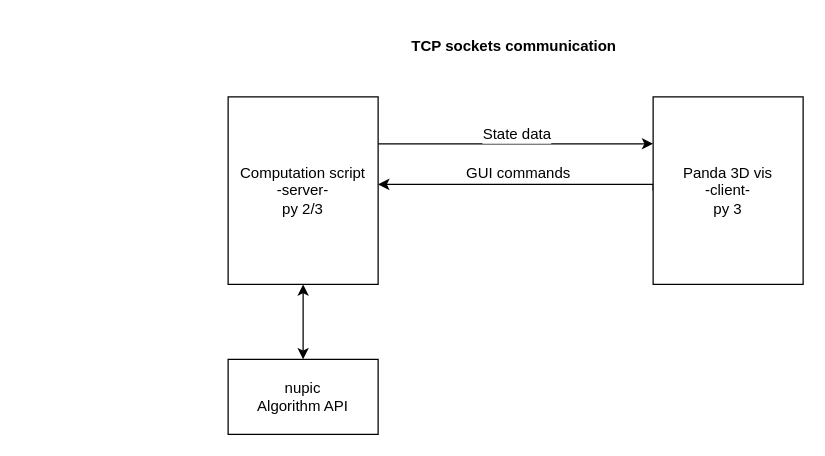
Earlier version of the draw.io diagram readmeDiagram.drawio (htm-community/HTMpandaVis). Source tidied: cells renumbered, new cells numbered last; positions are measured from the earlier drawing's top-left corner, leaving out a move shared by most shapes. Both pictures are drawn from the tidied source at 125%, with x=0, y=0 at pixel (228, 34).
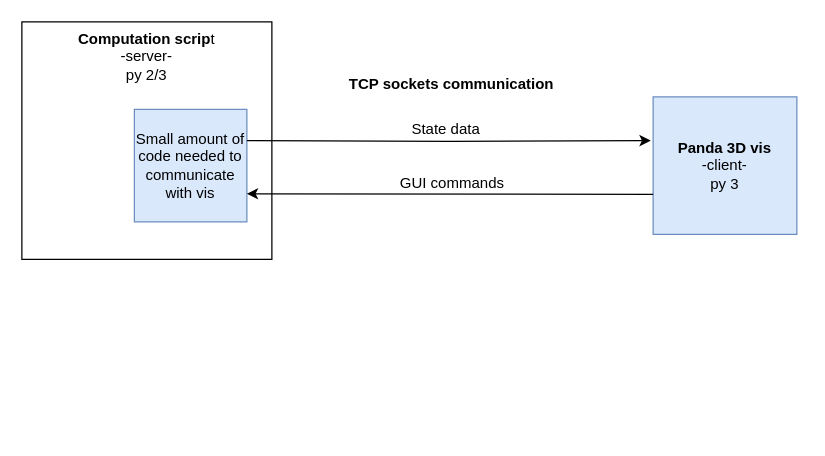
Above is the later version.

Diff of the diagram source:
```diff
@@
 <mxGraphModel>
   <root>
     <mxCell id="0" />
     <mxCell id="1" parent="0" />
+    <mxCell id="8" value="&lt;div&gt;&lt;b&gt;Panda 3D vis&lt;/b&gt; &lt;br&gt;-client-&lt;/div&gt;&lt;div&gt;py 3&lt;br&gt;&lt;/div&gt;" style="rounded=0;whiteSpace=wrap;html=1;fillColor=#dae8fc;strokeColor=#6c8ebf;" parent="1" vertex="1">
+      <mxGeometry x="340" y="50" width="115" height="110" as="geometry" />
+    </mxCell>
+    <mxCell id="9" value="TCP sockets communication" style="text;html=1;align=left;verticalAlign=top;spacingTop=-4;fontStyle=1;" parent="1" vertex="1">
+      <mxGeometry x="95" y="30" width="170" height="20" as="geometry" />
+    </mxCell>
+    <mxCell id="11" value="&lt;b&gt;Computation scrip&lt;/b&gt;t&lt;br&gt;&lt;div&gt;-server-&lt;/div&gt;&lt;div&gt;py 2/3&lt;br&gt;&lt;/div&gt;" style="rounded=0;whiteSpace=wrap;html=1;verticalAlign=top;" parent="1" vertex="1">
+      <mxGeometry x="-165" y="-10" width="200" height="190" as="geometry" />
+    </mxCell>
+    <mxCell id="5" value="Small amount of code needed to communicate with vis" style="rounded=0;whiteSpace=wrap;html=1;fillColor=#dae8fc;strokeColor=#6c8ebf;" parent="1" vertex="1">
+      <mxGeometry x="-75" y="60" width="90" height="90" as="geometry" />
+    </mxCell>
-    <mxCell id="2" style="edgeStyle=orthogonalEdgeStyle;rounded=0;jettySize=auto;html=1;exitX=1;exitY=0.25;exitDx=0;exitDy=0;entryX=0;entryY=0.25;entryDx=0;entryDy=0;" parent="1" edge="1" source="5" target="8">
-      <mxGeometry relative="1" as="geometry" />
+    <mxCell id="2" style="edgeStyle=orthogonalEdgeStyle;rounded=0;jettySize=auto;html=1;entryX=-0.017;entryY=0.318;entryDx=0;entryDy=0;entryPerimeter=0;" parent="1" edge="1" target="8">
+      <mxGeometry relative="1" as="geometry">
+        <mxPoint x="15" y="85" as="sourcePoint" />
+      </mxGeometry>
     </mxCell>
     <mxCell id="3" value="State data" style="text;html=1;align=center;verticalAlign=middle;labelBackgroundColor=#ffffff;" parent="2" vertex="1">
       <mxGeometry x="0.12" y="2" relative="1" as="geometry">
-        <mxPoint x="-13" y="-6" as="offset" />
+        <mxPoint x="-22" y="-7" as="offset" />
       </mxGeometry>
     </mxCell>
-    <mxCell id="4" style="edgeStyle=orthogonalEdgeStyle;rounded=0;jettySize=auto;html=1;exitX=0.5;exitY=1;exitDx=0;exitDy=0;startArrow=classic;startFill=1;" parent="1" edge="1" source="5" target="10">
-      <mxGeometry relative="1" as="geometry" />
-    </mxCell>
-    <mxCell id="5" value="Computation script&lt;br&gt;&lt;div&gt;-server-&lt;/div&gt;&lt;div&gt;py 2/3&lt;br&gt;&lt;/div&gt;" style="rounded=0;whiteSpace=wrap;html=1;" parent="1" vertex="1">
-      <mxGeometry y="50" width="120" height="150" as="geometry" />
-    </mxCell>
-    <mxCell id="6" style="edgeStyle=orthogonalEdgeStyle;rounded=0;jettySize=auto;html=1;exitX=0;exitY=0.5;exitDx=0;exitDy=0;" parent="1" edge="1" source="8" target="5">
+    <mxCell id="6" style="edgeStyle=orthogonalEdgeStyle;rounded=0;jettySize=auto;html=1;entryX=1;entryY=0.75;entryDx=0;entryDy=0;" parent="1" edge="1" target="5">
       <mxGeometry relative="1" as="geometry">
+        <mxPoint x="340" y="128" as="sourcePoint" />
         <Array as="points">
-          <mxPoint x="340" y="120" />
+          <mxPoint x="340" y="128" />
         </Array>
       </mxGeometry>
     </mxCell>
     <mxCell id="7" value="GUI commands" style="text;html=1;align=center;verticalAlign=middle;labelBackgroundColor=#ffffff;" parent="6" vertex="1">
       <mxGeometry x="0.15" relative="1" as="geometry">
-        <mxPoint x="15" y="-10" as="offset" />
+        <mxPoint x="25.5" y="-9" as="offset" />
       </mxGeometry>
     </mxCell>
-    <mxCell id="8" value="&lt;div&gt;Panda 3D vis &lt;br&gt;-client-&lt;/div&gt;&lt;div&gt;py 3&lt;br&gt;&lt;/div&gt;" style="rounded=0;whiteSpace=wrap;html=1;" parent="1" vertex="1">
-      <mxGeometry x="340" y="50" width="120" height="150" as="geometry" />
-    </mxCell>
-    <mxCell id="9" value="TCP sockets communication" style="text;html=1;align=left;verticalAlign=top;spacingTop=-4;fontStyle=1;" parent="1" vertex="1">
-      <mxGeometry x="145" width="170" height="20" as="geometry" />
-    </mxCell>
-    <mxCell id="10" value="nupic&lt;br&gt;Algorithm API" style="rounded=0;whiteSpace=wrap;html=1;" parent="1" vertex="1">
-      <mxGeometry y="260" width="120" height="60" as="geometry" />
-    </mxCell>
   </root>
 </mxGraphModel>
```
